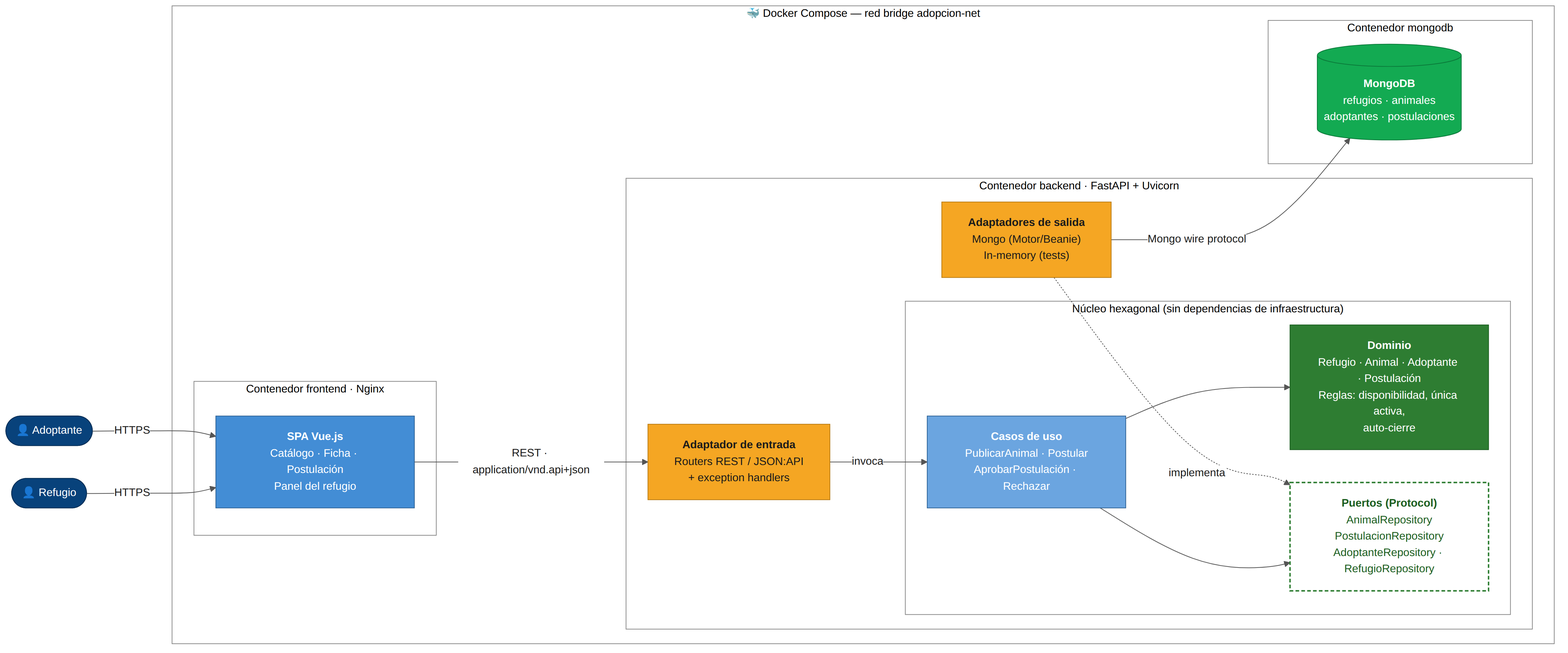
Before: docs/diagramas/01-hld.png, a diagram exported from Mermaid (tomoxpy16/Taller-Stack-Tecnologico). Its source is kept beside it as docs/diagramas/fuente/01-hld.mmd.
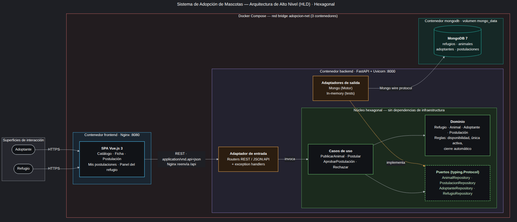
After the change.

The edit, as a diff of the source:
```diff
@@ -1,44 +1,56 @@
+---
+title: Sistema de Adopción de Mascotas — Arquitectura de Alto Nivel (HLD) · Hexagonal
+---
 flowchart LR
-  classDef person fill:#08427B,stroke:#052E56,color:#fff
-  classDef fe fill:#438DD5,stroke:#2E6295,color:#fff
-  classDef adapterIn fill:#F5A623,stroke:#B87A12,color:#1b1b1b
-  classDef app fill:#6BA5E0,stroke:#2E6295,color:#fff
-  classDef dom fill:#2E7D32,stroke:#1B5E20,color:#fff
-  classDef port fill:#ffffff,stroke:#2E7D32,color:#1B5E20,stroke-width:2px,stroke-dasharray:5 3
-  classDef adapterOut fill:#F5A623,stroke:#B87A12,color:#1b1b1b
-  classDef db fill:#13AA52,stroke:#0B7A3A,color:#fff
+  classDef actor fill:#111317,stroke:#9aa0a6,color:#f5f5f5,stroke-width:1.5px
+  classDef fe fill:#111317,stroke:#4fc3f7,color:#f5f5f5,stroke-width:1.5px
+  classDef adapter fill:#2b1d10,stroke:#e0a050,color:#f5f5f5,stroke-width:1.5px
+  classDef core fill:#111317,stroke:#66bb6a,color:#f5f5f5,stroke-width:1.5px
+  classDef port fill:#111317,stroke:#66bb6a,color:#c8e6c9,stroke-width:2px,stroke-dasharray:5 3
+  classDef db fill:#0f2624,stroke:#26a69a,color:#f5f5f5,stroke-width:1.5px
 
-  R(["👤 Refugio"]):::person
-  A(["👤 Adoptante"]):::person
+  subgraph USR["Superficies de interacción"]
+    direction TB
+    R(["Refugio"]):::actor
+    A(["Adoptante"]):::actor
+  end
 
-  subgraph DOCKER["🐳 Docker Compose — red bridge adopcion-net"]
+  subgraph DOCKER["Docker Compose — red bridge adopcion-net (3 contenedores)"]
     direction LR
-    subgraph FE["Contenedor frontend · Nginx"]
-      SPA["<b>SPA Vue.js</b><br/>Catálogo · Ficha · Postulación<br/>Panel del refugio"]:::fe
+    subgraph FE["Contenedor frontend · Nginx :8080"]
+      SPA["<b>SPA Vue.js 3</b><br/>Catálogo · Ficha · Postulación<br/>Mis postulaciones · Panel del refugio"]:::fe
     end
 
-    subgraph BE["Contenedor backend · FastAPI + Uvicorn"]
+    subgraph BE["Contenedor backend · FastAPI + Uvicorn :8000"]
       direction LR
-      IN["<b>Adaptador de entrada</b><br/>Routers REST / JSON:API<br/>+ exception handlers"]:::adapterIn
-      subgraph HEX["Núcleo hexagonal (sin dependencias de infraestructura)"]
+      IN["<b>Adaptador de entrada</b><br/>Routers REST / JSON:API<br/>+ exception handlers"]:::adapter
+      subgraph HEX["Núcleo hexagonal — sin dependencias de infraestructura"]
         direction TB
-        UC["<b>Casos de uso</b><br/>PublicarAnimal · Postular<br/>AprobarPostulación · Rechazar"]:::app
-        DOM["<b>Dominio</b><br/>Refugio · Animal · Adoptante · Postulación<br/>Reglas: disponibilidad, única activa,<br/>auto-cierre"]:::dom
-        P["<b>Puertos (Protocol)</b><br/>AnimalRepository<br/>PostulacionRepository<br/>AdoptanteRepository · RefugioRepository"]:::port
+        UC["<b>Casos de uso</b><br/>PublicarAnimal · Postular<br/>AprobarPostulación · Rechazar"]:::core
+        DOM["<b>Dominio</b><br/>Refugio · Animal · Adoptante · Postulación<br/>Reglas: disponibilidad, única activa,<br/>cierre automático"]:::core
+        P["<b>Puertos (typing.Protocol)</b><br/>AnimalRepository · PostulacionRepository<br/>AdoptanteRepository · RefugioRepository"]:::port
         UC --> DOM
         UC --> P
       end
-      OUT["<b>Adaptadores de salida</b><br/>Mongo (Motor/Beanie)<br/>In-memory (tests)"]:::adapterOut
+      OUT["<b>Adaptadores de salida</b><br/>Mongo (Motor)<br/>In-memory (tests)"]:::adapter
       IN -->|"invoca"| UC
       OUT -.->|"implementa"| P
     end
 
-    subgraph DB["Contenedor mongodb"]
-      M[("<b>MongoDB</b><br/>refugios · animales<br/>adoptantes · postulaciones")]:::db
+    subgraph DB["Contenedor mongodb · volumen mongo_data"]
+      M[("<b>MongoDB 7</b><br/>refugios · animales<br/>adoptantes · postulaciones")]:::db
     end
   end
 
   R -->|"HTTPS"| SPA
   A -->|"HTTPS"| SPA
-  SPA -->|"REST · application/vnd.api+json"| IN
+  SPA -->|"REST · application/vnd.api+json<br/>Nginx reenvía /api"| IN
   OUT -->|"Mongo wire protocol"| M
+
+  style USR fill:#26272e,stroke:#9aa0a6,color:#ffffff
+  style DOCKER fill:#221c1f,stroke:#e57373,color:#ffffff
+  style FE fill:#1a2530,stroke:#4fc3f7,color:#ffffff
+  style BE fill:#23222f,stroke:#9f8ce0,color:#ffffff
+  style HEX fill:#1b2a1d,stroke:#66bb6a,color:#ffffff
+  style DB fill:#162826,stroke:#26a69a,color:#ffffff
+  linkStyle 3 stroke:#e0a050,stroke-width:2px
```
